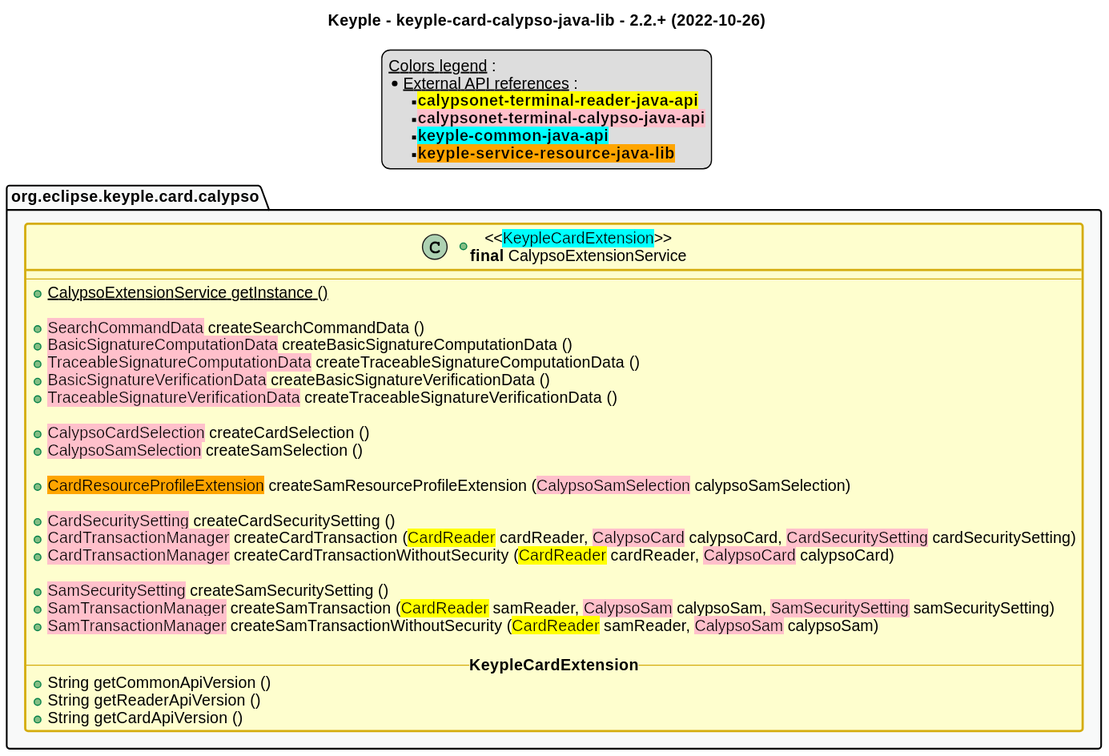
Earlier version of the PlantUML export src/main/uml/api_class_diagram.svg (eclipse-keyple/keyple-card-calypso-java-lib).
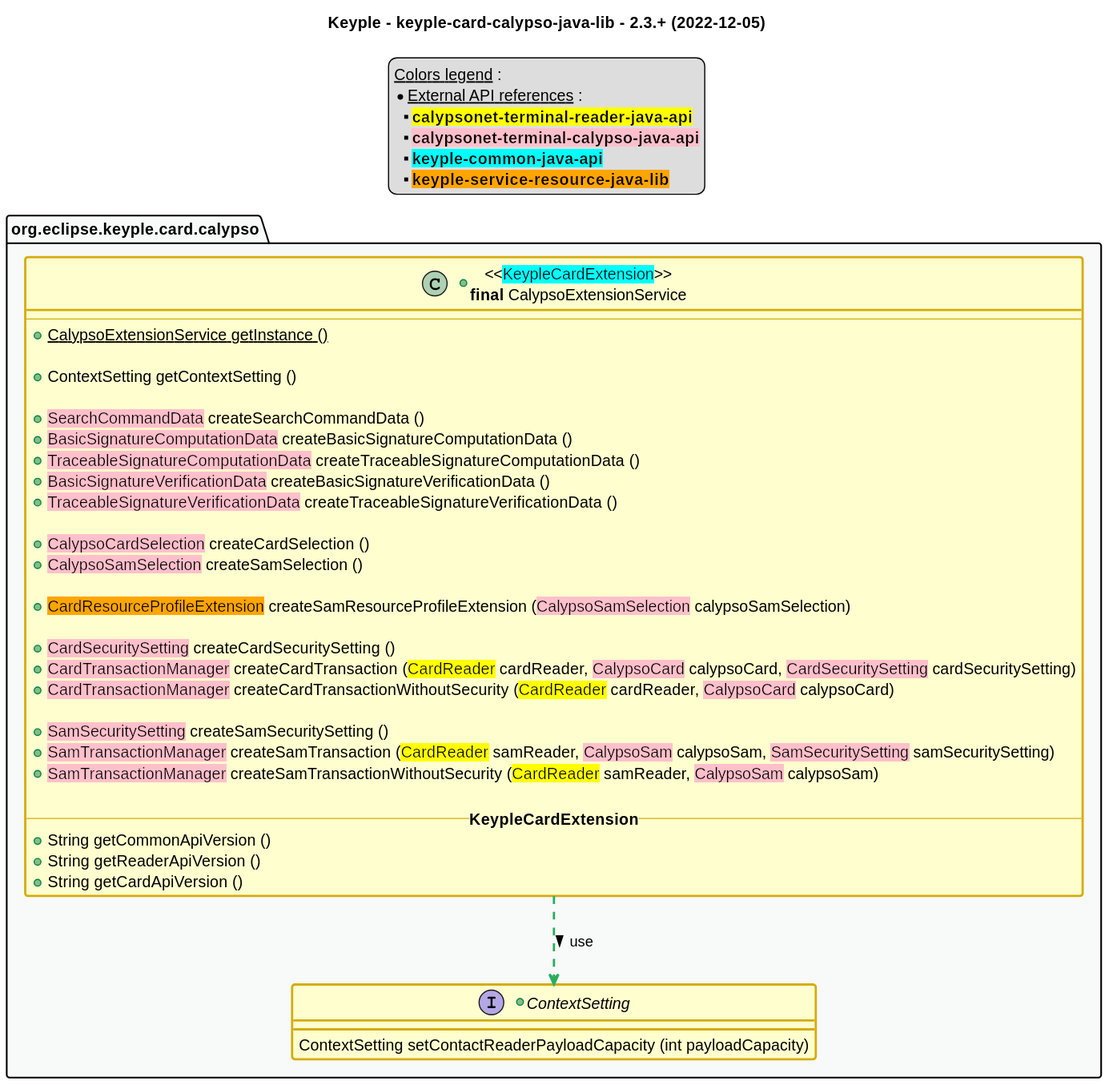
The same file after the commit.

Diff of the diagram source:
```diff
@@ -1,6 +1,6 @@
 @startuml
 title
-    Keyple - keyple-card-calypso-java-lib - 2.2.+ (2022-10-26)
+    Keyple - keyple-card-calypso-java-lib - 2.3.+ (2022-12-05)
 end title
 
 
@@ -54,6 +54,8 @@
         --
         +{static} CalypsoExtensionService getInstance ()
 
+        +ContextSetting getContextSetting ()
+
         +<back:pink>SearchCommandData</back> createSearchCommandData ()
         +<back:pink>BasicSignatureComputationData</back> createBasicSignatureComputationData ()
         +<back:pink>TraceableSignatureComputationData</back> createTraceableSignatureComputationData ()
@@ -79,8 +81,12 @@
         +String getCardApiVersion ()
     }
 
+    +interface ContextSetting {
+        ContextSetting setContactReaderPayloadCapacity (int payloadCapacity)
+    }
 }
 
+CalypsoExtensionService ..> ContextSetting #C_USE : use >
 
 
 
```
